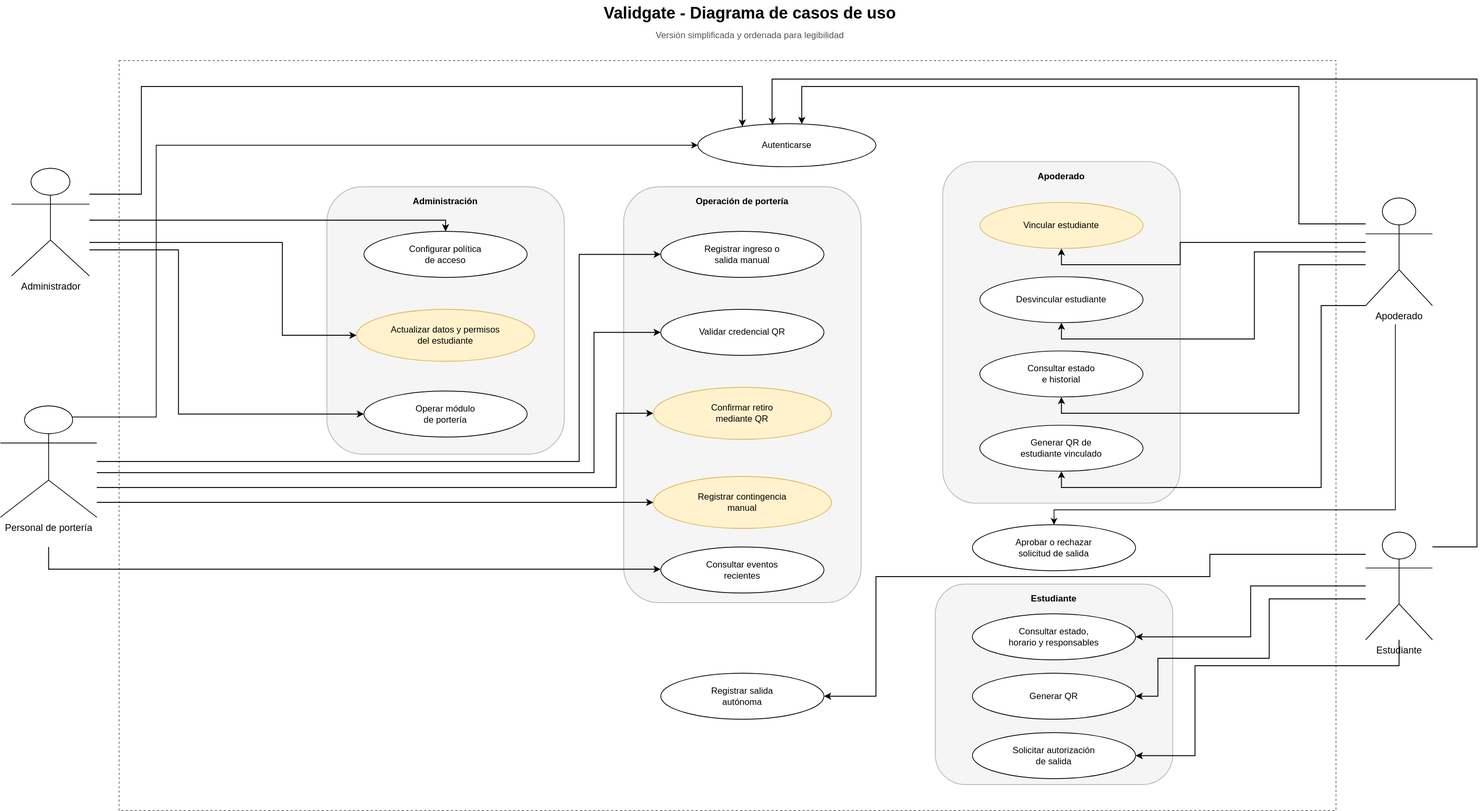
Earlier version of the draw.io export docs/validgate-context/resources/diagrams/validgate_diagrama_de_casos_de_uso.svg (Matooh/validGateApp). Source tidied: cells renumbered, new cells last; positions are measured from the earlier drawing's top-left corner, leaving out a move shared by most shapes. The source it was exported from:
```xml
<mxGraphModel>
  <root>
    <mxCell id="0" />
    <mxCell id="1" parent="0" />
    <mxCell id="2" value="Validgate - Diagrama de casos de uso" style="text;html=1;strokeColor=none;fillColor=none;align=center;verticalAlign=middle;fontSize=22;fontStyle=1;" parent="1" vertex="1">
      <mxGeometry x="740" width="540" height="36" as="geometry" />
    </mxCell>
    <mxCell id="3" value="Versión simplificada y ordenada para legibilidad" style="text;html=1;strokeColor=none;fillColor=none;align=center;verticalAlign=middle;fontSize=12;fontColor=#555555;" parent="1" vertex="1">
      <mxGeometry x="880" y="36" width="260" height="22" as="geometry" />
    </mxCell>
    <mxCell id="4" style="rounded=0;whiteSpace=wrap;html=1;fillColor=none;strokeColor=#666666;dashed=1;fontSize=14;fontStyle=1;verticalAlign=top;spacingTop=8;" parent="1" vertex="1">
      <mxGeometry x="160" y="81" width="1640" height="1010" as="geometry" />
    </mxCell>
    <mxCell id="5" value="Administración" style="rounded=1;whiteSpace=wrap;html=1;fillColor=#f5f5f5;strokeColor=#b3b3b3;fontSize=12;fontStyle=1;verticalAlign=top;spacingTop=6;" parent="4" vertex="1">
      <mxGeometry x="280" y="170" width="320" height="360" as="geometry" />
    </mxCell>
    <mxCell id="6" value="Operación de portería" style="rounded=1;whiteSpace=wrap;html=1;fillColor=#f5f5f5;strokeColor=#b3b3b3;fontSize=12;fontStyle=1;verticalAlign=top;spacingTop=6;" parent="4" vertex="1">
      <mxGeometry x="680" y="170" width="320" height="560" as="geometry" />
    </mxCell>
    <mxCell id="7" value="Apoderado" style="rounded=1;whiteSpace=wrap;html=1;fillColor=#f5f5f5;strokeColor=#b3b3b3;fontSize=12;fontStyle=1;verticalAlign=top;spacingTop=6;arcSize=14;" parent="4" vertex="1">
      <mxGeometry x="1110" y="136" width="320" height="460" as="geometry" />
    </mxCell>
    <mxCell id="8" value="Estudiante" style="rounded=1;whiteSpace=wrap;html=1;fillColor=#f5f5f5;strokeColor=#b3b3b3;fontSize=12;fontStyle=1;verticalAlign=top;spacingTop=6;" parent="4" vertex="1">
      <mxGeometry x="1100" y="705" width="320" height="270" as="geometry" />
    </mxCell>
    <mxCell id="9" value="Autenticarse" style="ellipse;whiteSpace=wrap;html=1;fillColor=#ffffff;strokeColor=#000000;fontSize=12;" parent="4" vertex="1">
      <mxGeometry x="780" y="85" width="240" height="58" as="geometry" />
    </mxCell>
    <mxCell id="10" value="Configurar política&#10;de acceso" style="ellipse;whiteSpace=wrap;html=1;fillColor=#ffffff;strokeColor=#000000;fontSize=12;" parent="4" vertex="1">
      <mxGeometry x="330" y="230" width="220" height="62" as="geometry" />
    </mxCell>
    <mxCell id="11" value="Actualizar datos y permisos&lt;br&gt;del estudiante" style="ellipse;whiteSpace=wrap;html=1;fillColor=#fff2cc;strokeColor=#d6b656;fontSize=12;" parent="4" vertex="1">
      <mxGeometry x="320" y="335" width="240" height="70" as="geometry" />
    </mxCell>
    <mxCell id="12" value="Operar módulo&#10;de portería" style="ellipse;whiteSpace=wrap;html=1;fillColor=#ffffff;strokeColor=#000000;fontSize=12;" parent="4" vertex="1">
      <mxGeometry x="330" y="445" width="220" height="62" as="geometry" />
    </mxCell>
    <mxCell id="13" value="Registrar ingreso o&#10;salida manual" style="ellipse;whiteSpace=wrap;html=1;fillColor=#ffffff;strokeColor=#000000;fontSize=12;" parent="4" vertex="1">
      <mxGeometry x="730" y="230" width="220" height="62" as="geometry" />
    </mxCell>
    <mxCell id="14" value="Validar credencial QR" style="ellipse;whiteSpace=wrap;html=1;fillColor=#ffffff;strokeColor=#000000;fontSize=12;" parent="4" vertex="1">
      <mxGeometry x="730" y="335" width="220" height="62" as="geometry" />
    </mxCell>
    <mxCell id="15" value="Confirmar retiro&lt;br&gt;mediante QR" style="ellipse;whiteSpace=wrap;html=1;fillColor=#fff2cc;strokeColor=#d6b656;fontSize=12;" parent="4" vertex="1">
      <mxGeometry x="720" y="440" width="240" height="70" as="geometry" />
    </mxCell>
    <mxCell id="16" value="Registrar contingencia&lt;br&gt;manual" style="ellipse;whiteSpace=wrap;html=1;fillColor=#fff2cc;strokeColor=#d6b656;fontSize=12;" parent="4" vertex="1">
      <mxGeometry x="720" y="560" width="240" height="70" as="geometry" />
    </mxCell>
    <mxCell id="17" value="Consultar eventos&#10;recientes" style="ellipse;whiteSpace=wrap;html=1;fillColor=#ffffff;strokeColor=#000000;fontSize=12;" parent="4" vertex="1">
      <mxGeometry x="730" y="655" width="220" height="62" as="geometry" />
    </mxCell>
    <mxCell id="18" value="Vincular estudiante" style="ellipse;whiteSpace=wrap;html=1;fillColor=#fff2cc;strokeColor=#d6b656;fontSize=12;" parent="4" vertex="1">
      <mxGeometry x="1160" y="191" width="220" height="62" as="geometry" />
    </mxCell>
    <mxCell id="19" value="Desvincular estudiante" style="ellipse;whiteSpace=wrap;html=1;fillColor=#ffffff;strokeColor=#000000;fontSize=12;" parent="4" vertex="1">
      <mxGeometry x="1160" y="291" width="220" height="62" as="geometry" />
    </mxCell>
    <mxCell id="20" value="Consultar estado&#10;e historial" style="ellipse;whiteSpace=wrap;html=1;fillColor=#ffffff;strokeColor=#000000;fontSize=12;" parent="4" vertex="1">
      <mxGeometry x="1160" y="391" width="220" height="62" as="geometry" />
    </mxCell>
    <mxCell id="21" value="Generar QR de&#10;estudiante vinculado" style="ellipse;whiteSpace=wrap;html=1;fillColor=#ffffff;strokeColor=#000000;fontSize=12;" parent="4" vertex="1">
      <mxGeometry x="1160" y="491" width="220" height="62" as="geometry" />
    </mxCell>
    <mxCell id="22" value="Aprobar o rechazar&#10;solicitud de salida" style="ellipse;whiteSpace=wrap;html=1;fillColor=#ffffff;strokeColor=#000000;fontSize=12;" parent="4" vertex="1">
      <mxGeometry x="1150" y="625" width="220" height="62" as="geometry" />
    </mxCell>
    <mxCell id="23" value="Consultar estado,&#10;horario y responsables" style="ellipse;whiteSpace=wrap;html=1;fillColor=#ffffff;strokeColor=#000000;fontSize=12;" parent="4" vertex="1">
      <mxGeometry x="1150" y="745" width="220" height="62" as="geometry" />
    </mxCell>
    <mxCell id="24" value="Generar QR" style="ellipse;whiteSpace=wrap;html=1;fillColor=#ffffff;strokeColor=#000000;fontSize=12;" parent="4" vertex="1">
      <mxGeometry x="1150" y="825" width="220" height="62" as="geometry" />
    </mxCell>
    <mxCell id="25" value="Solicitar autorización&#10;de salida" style="ellipse;whiteSpace=wrap;html=1;fillColor=#ffffff;strokeColor=#000000;fontSize=12;" parent="4" vertex="1">
      <mxGeometry x="1150" y="905" width="220" height="62" as="geometry" />
    </mxCell>
    <mxCell id="26" value="Registrar salida&#10;autónoma" style="ellipse;whiteSpace=wrap;html=1;fillColor=#ffffff;strokeColor=#000000;fontSize=12;" parent="4" vertex="1">
      <mxGeometry x="730" y="825" width="220" height="62" as="geometry" />
    </mxCell>
    <mxCell id="27" value="Administrador" style="shape=umlActor;verticalLabelPosition=bottom;verticalAlign=top;html=1;outlineConnect=0;fillColor=#ffffff;strokeColor=#000000;fontSize=13;" parent="1" vertex="1">
      <mxGeometry x="15" y="226" width="105" height="145" as="geometry" />
    </mxCell>
    <mxCell id="28" style="edgeStyle=orthogonalEdgeStyle;rounded=0;jettySize=auto;html=1;exitX=0.75;exitY=0.1;exitDx=0;exitDy=0;exitPerimeter=0;entryX=0;entryY=0.5;entryDx=0;entryDy=0;" parent="1" edge="1" source="29" target="9">
      <mxGeometry relative="1" as="geometry">
        <Array as="points">
          <mxPoint x="210" y="561" />
          <mxPoint x="210" y="195" />
        </Array>
      </mxGeometry>
    </mxCell>
    <mxCell id="29" value="Personal de portería" style="shape=umlActor;verticalLabelPosition=bottom;verticalAlign=top;html=1;outlineConnect=0;fillColor=#ffffff;strokeColor=#000000;fontSize=13;" parent="1" vertex="1">
      <mxGeometry y="546" width="130" height="150" as="geometry" />
    </mxCell>
    <mxCell id="30" value="Apoderado" style="shape=umlActor;verticalLabelPosition=bottom;verticalAlign=top;html=1;outlineConnect=0;fillColor=#ffffff;strokeColor=#000000;fontSize=13;" parent="1" vertex="1">
      <mxGeometry x="1840" y="266" width="90" height="145" as="geometry" />
    </mxCell>
    <mxCell id="31" value="Estudiante" style="shape=umlActor;verticalLabelPosition=bottom;verticalAlign=top;html=1;outlineConnect=0;fillColor=#ffffff;strokeColor=#000000;fontSize=13;" parent="1" vertex="1">
      <mxGeometry x="1840" y="716" width="90" height="145" as="geometry" />
    </mxCell>
    <mxCell id="32" style="edgeStyle=orthogonalEdgeStyle;rounded=0;html=1;endArrow=classic;strokeWidth=1.2;endFill=1;" parent="1" edge="1" source="27" target="10">
      <mxGeometry relative="1" as="geometry">
        <Array as="points">
          <mxPoint x="600" y="296" />
        </Array>
      </mxGeometry>
    </mxCell>
    <mxCell id="33" style="edgeStyle=orthogonalEdgeStyle;rounded=0;html=1;endArrow=classic;strokeWidth=1.2;endFill=1;" parent="1" edge="1" source="27" target="11">
      <mxGeometry relative="1" as="geometry">
        <Array as="points">
          <mxPoint x="380" y="326" />
          <mxPoint x="380" y="451" />
        </Array>
      </mxGeometry>
    </mxCell>
    <mxCell id="34" style="edgeStyle=orthogonalEdgeStyle;rounded=0;html=1;endArrow=classic;strokeWidth=1.2;endFill=1;" parent="1" edge="1" source="27" target="12">
      <mxGeometry relative="1" as="geometry">
        <Array as="points">
          <mxPoint x="240" y="336" />
          <mxPoint x="240" y="557" />
        </Array>
      </mxGeometry>
    </mxCell>
    <mxCell id="35" style="edgeStyle=orthogonalEdgeStyle;rounded=0;html=1;endArrow=classic;strokeWidth=1.2;endFill=1;" parent="1" edge="1" source="29" target="13">
      <mxGeometry relative="1" as="geometry">
        <Array as="points">
          <mxPoint x="780" y="621" />
          <mxPoint x="780" y="342" />
        </Array>
      </mxGeometry>
    </mxCell>
    <mxCell id="36" style="edgeStyle=orthogonalEdgeStyle;rounded=0;html=1;endArrow=classic;strokeWidth=1.2;endFill=1;" parent="1" edge="1" source="29" target="14">
      <mxGeometry relative="1" as="geometry">
        <Array as="points">
          <mxPoint x="800" y="636" />
          <mxPoint x="800" y="447.1" />
        </Array>
      </mxGeometry>
    </mxCell>
    <mxCell id="37" style="edgeStyle=orthogonalEdgeStyle;rounded=0;html=1;endArrow=classic;strokeWidth=1.2;endFill=1;" parent="1" edge="1" source="29" target="15">
      <mxGeometry relative="1" as="geometry">
        <Array as="points">
          <mxPoint x="830.1" y="656" />
          <mxPoint x="830.1" y="556" />
        </Array>
      </mxGeometry>
    </mxCell>
    <mxCell id="38" style="edgeStyle=orthogonalEdgeStyle;rounded=0;html=1;endArrow=classic;strokeWidth=1.2;endFill=1;" parent="1" edge="1" source="29" target="16">
      <mxGeometry relative="1" as="geometry">
        <Array as="points">
          <mxPoint x="320" y="676" />
          <mxPoint x="320" y="676" />
        </Array>
      </mxGeometry>
    </mxCell>
    <mxCell id="39" style="edgeStyle=orthogonalEdgeStyle;rounded=0;html=1;endArrow=classic;strokeWidth=1.2;startArrow=none;startFill=0;endFill=1;entryX=-0.001;entryY=0.476;entryDx=0;entryDy=0;entryPerimeter=0;" parent="1" edge="1" target="17">
      <mxGeometry relative="1" as="geometry">
        <mxPoint x="65" y="736" as="sourcePoint" />
        <Array as="points">
          <mxPoint x="65" y="766" />
          <mxPoint x="889.8" y="766" />
        </Array>
      </mxGeometry>
    </mxCell>
    <mxCell id="40" style="edgeStyle=orthogonalEdgeStyle;rounded=0;html=1;endArrow=classic;strokeWidth=1.2;endFill=1;entryX=0.5;entryY=1;entryDx=0;entryDy=0;" parent="1" edge="1" source="30" target="18">
      <mxGeometry relative="1" as="geometry">
        <Array as="points">
          <mxPoint x="1590" y="326" />
          <mxPoint x="1590" y="356" />
          <mxPoint x="1430" y="356" />
        </Array>
      </mxGeometry>
    </mxCell>
    <mxCell id="41" style="edgeStyle=orthogonalEdgeStyle;rounded=0;html=1;endArrow=classic;strokeWidth=1.2;endFill=1;entryX=0.5;entryY=1;entryDx=0;entryDy=0;" parent="1" edge="1" source="30" target="19">
      <mxGeometry relative="1" as="geometry">
        <Array as="points">
          <mxPoint x="1690" y="338.5" />
          <mxPoint x="1690" y="456" />
          <mxPoint x="1430" y="456" />
        </Array>
      </mxGeometry>
    </mxCell>
    <mxCell id="42" style="edgeStyle=orthogonalEdgeStyle;rounded=0;html=1;endArrow=classic;strokeWidth=1.2;endFill=1;" parent="1" edge="1" source="30" target="20">
      <mxGeometry relative="1" as="geometry">
        <Array as="points">
          <mxPoint x="1750" y="356" />
          <mxPoint x="1750" y="556" />
          <mxPoint x="1430" y="556" />
        </Array>
      </mxGeometry>
    </mxCell>
    <mxCell id="43" style="edgeStyle=orthogonalEdgeStyle;rounded=0;html=1;endArrow=classic;strokeWidth=1.2;exitX=0;exitY=1;exitDx=0;exitDy=0;exitPerimeter=0;endFill=1;" parent="1" edge="1" source="30" target="21">
      <mxGeometry relative="1" as="geometry">
        <Array as="points">
          <mxPoint x="1780" y="411" />
          <mxPoint x="1780" y="656" />
          <mxPoint x="1430" y="656" />
        </Array>
      </mxGeometry>
    </mxCell>
    <mxCell id="44" style="edgeStyle=orthogonalEdgeStyle;rounded=0;html=1;endArrow=classic;strokeWidth=1.2;endFill=1;" parent="1" edge="1" source="31" target="23">
      <mxGeometry relative="1" as="geometry" />
    </mxCell>
    <mxCell id="45" style="edgeStyle=orthogonalEdgeStyle;rounded=0;html=1;endArrow=classic;strokeWidth=1.2;endFill=1;" parent="1" edge="1" source="31" target="24">
      <mxGeometry relative="1" as="geometry">
        <Array as="points">
          <mxPoint x="1710" y="806" />
          <mxPoint x="1710" y="886" />
          <mxPoint x="1560" y="886" />
          <mxPoint x="1560" y="937" />
        </Array>
      </mxGeometry>
    </mxCell>
    <mxCell id="46" style="edgeStyle=orthogonalEdgeStyle;rounded=0;html=1;endArrow=classic;strokeWidth=1.2;endFill=1;" parent="1" edge="1" source="31" target="25">
      <mxGeometry relative="1" as="geometry">
        <Array as="points">
          <mxPoint x="1885" y="896" />
          <mxPoint x="1610" y="896" />
          <mxPoint x="1610" y="1017" />
        </Array>
      </mxGeometry>
    </mxCell>
    <mxCell id="47" style="edgeStyle=orthogonalEdgeStyle;rounded=0;html=1;endArrow=classic;strokeWidth=1.2;endFill=1;" parent="1" edge="1" source="31" target="26">
      <mxGeometry relative="1" as="geometry">
        <Array as="points">
          <mxPoint x="1630" y="746" />
          <mxPoint x="1630" y="776" />
          <mxPoint x="1180" y="776" />
          <mxPoint x="1180" y="937" />
        </Array>
      </mxGeometry>
    </mxCell>
    <mxCell id="48" style="edgeStyle=orthogonalEdgeStyle;rounded=0;html=1;endArrow=classic;strokeWidth=1.2;endFill=1;" parent="1" edge="1" source="27" target="9">
      <mxGeometry relative="1" as="geometry">
        <Array as="points">
          <mxPoint x="190" y="261" />
          <mxPoint x="190" y="116" />
          <mxPoint x="1000" y="116" />
        </Array>
      </mxGeometry>
    </mxCell>
    <mxCell id="49" style="edgeStyle=orthogonalEdgeStyle;rounded=0;html=1;endArrow=classic;strokeWidth=1.2;endFill=1;" parent="1" edge="1" source="30" target="9">
      <mxGeometry relative="1" as="geometry">
        <Array as="points">
          <mxPoint x="1750" y="301" />
          <mxPoint x="1750" y="116" />
          <mxPoint x="1080" y="116" />
        </Array>
      </mxGeometry>
    </mxCell>
    <mxCell id="50" style="endArrow=classic;html=1;rounded=0;entryX=0.5;entryY=0;entryDx=0;entryDy=0;" parent="1" edge="1" target="22">
      <mxGeometry relative="1" as="geometry">
        <mxPoint x="1880" y="436" as="sourcePoint" />
        <Array as="points">
          <mxPoint x="1880" y="686" />
          <mxPoint x="1700" y="686" />
          <mxPoint x="1560" y="686" />
          <mxPoint x="1420" y="686" />
        </Array>
      </mxGeometry>
    </mxCell>
    <mxCell id="51" style="edgeStyle=orthogonalEdgeStyle;rounded=0;html=1;endArrow=classic;strokeWidth=1.2;endFill=1;entryX=0.42;entryY=0.029;entryDx=0;entryDy=0;entryPerimeter=0;" parent="1" edge="1" source="31" target="9">
      <mxGeometry relative="1" as="geometry">
        <Array as="points">
          <mxPoint x="1990" y="736" />
          <mxPoint x="1990" y="106" />
          <mxPoint x="1040" y="106" />
          <mxPoint x="1040" y="156" />
          <mxPoint x="1040.8" y="156" />
        </Array>
      </mxGeometry>
    </mxCell>
  </root>
</mxGraphModel>
```
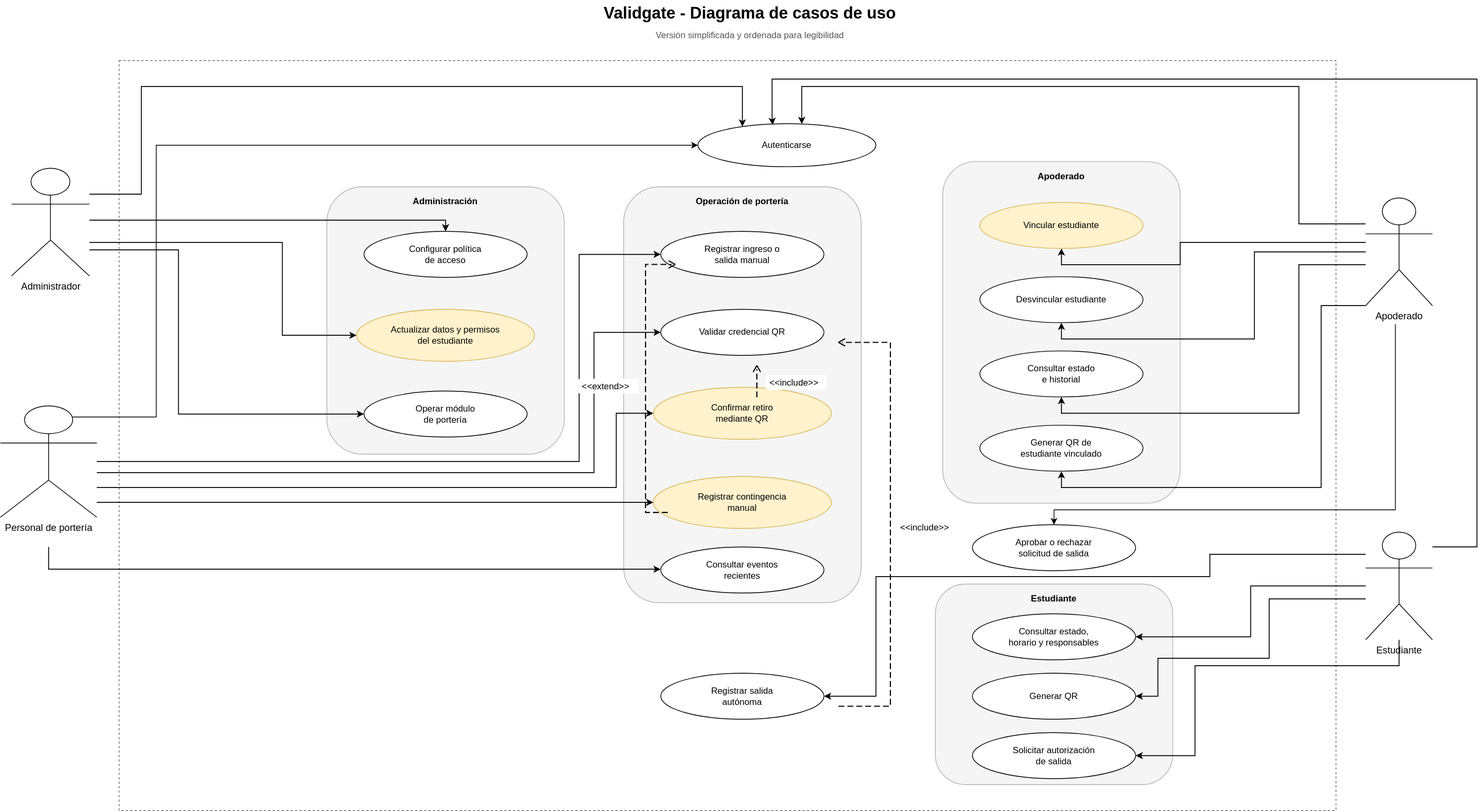
After the change.

Diff of the diagram source:
```diff
@@ -269,5 +269,24 @@
         </Array>
       </mxGeometry>
     </mxCell>
+    <mxCell id="52" value="&lt;&lt;include&gt;&gt;" style="edgeStyle=orthogonalEdgeStyle;rounded=0;html=1;dashed=1;dashPattern=8 4;endArrow=open;endFill=0;strokeWidth=1.5;fontSize=12;labelBackgroundColor=#ffffff;" parent="4" edge="1" source="15" target="14">
+      <mxGeometry relative="1" as="geometry" />
+    </mxCell>
+    <mxCell id="53" value="&lt;&lt;extend&gt;&gt;" style="edgeStyle=orthogonalEdgeStyle;rounded=0;html=1;dashed=1;dashPattern=8 4;endArrow=open;endFill=0;strokeWidth=1.5;fontSize=12;labelBackgroundColor=#ffffff;" parent="4" edge="1" source="16" target="13">
+      <mxGeometry relative="1" as="geometry">
+        <Array as="points">
+          <mxPoint x="690" y="595" />
+          <mxPoint x="690" y="261" />
+        </Array>
+      </mxGeometry>
+    </mxCell>
+    <mxCell id="54" value="&lt;&lt;include&gt;&gt;" style="edgeStyle=orthogonalEdgeStyle;rounded=0;html=1;dashed=1;dashPattern=8 4;endArrow=open;endFill=0;strokeWidth=1.5;fontSize=12;labelBackgroundColor=#ffffff;" parent="4" edge="1" source="26" target="14">
+      <mxGeometry relative="1" as="geometry">
+        <Array as="points">
+          <mxPoint x="1020" y="780" />
+          <mxPoint x="1020" y="366" />
+        </Array>
+      </mxGeometry>
+    </mxCell>
   </root>
 </mxGraphModel>
```
